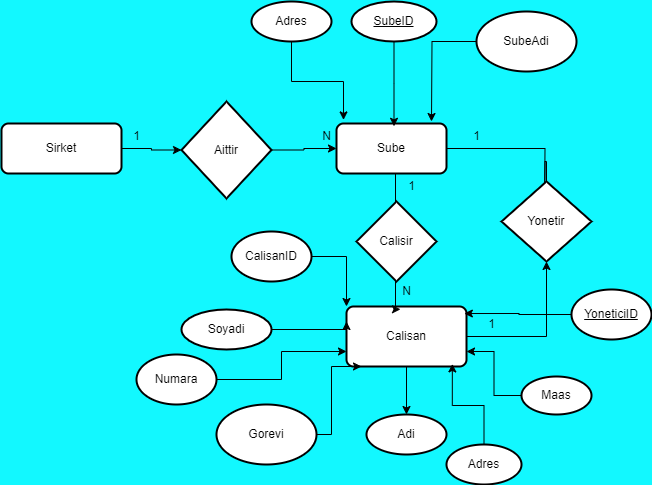
Above: Odev2.drawio.png in Baki187/Veri-Organizsayonu (draw.io), before the change. Source tidied: cells renumbered, new cells last; positions are measured from the earlier drawing's top-left corner, leaving out a move shared by most shapes.
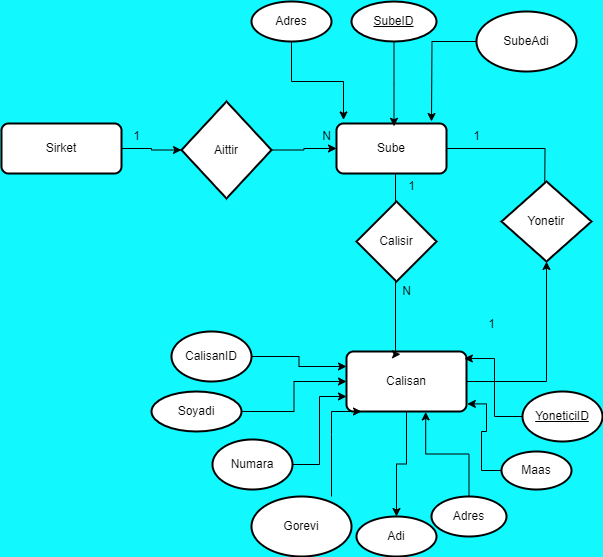
The same file after the commit.

Change to the diagram source:
```diff
@@ -28,7 +28,7 @@
       <mxGeometry relative="1" as="geometry" />
     </mxCell>
     <mxCell id="9" value="Calisan" style="rounded=1;whiteSpace=wrap;html=1;absoluteArcSize=1;arcSize=14;strokeWidth=2;" parent="1" vertex="1">
-      <mxGeometry x="345" y="305" width="120" height="60" as="geometry" />
+      <mxGeometry x="345" y="350" width="120" height="60" as="geometry" />
     </mxCell>
     <mxCell id="10" style="edgeStyle=orthogonalEdgeStyle;rounded=0;jettySize=auto;html=1;entryX=0.45;entryY=0.047;entryDx=0;entryDy=0;entryPerimeter=0;" parent="1" edge="1" source="4" target="9">
       <mxGeometry relative="1" as="geometry">
@@ -53,32 +53,25 @@
       <mxGeometry x="460" y="120" width="30" height="30" as="geometry" />
     </mxCell>
     <mxCell id="15" value="Adi" style="strokeWidth=2;html=1;shape=mxgraph.flowchart.start_1;whiteSpace=wrap;" parent="1" vertex="1">
-      <mxGeometry x="365" y="413" width="80" height="40" as="geometry" />
+      <mxGeometry x="355" y="515" width="80" height="40" as="geometry" />
     </mxCell>
-    <mxCell id="16" style="edgeStyle=orthogonalEdgeStyle;rounded=0;jettySize=auto;html=1;entryX=0;entryY=0.25;entryDx=0;entryDy=0;" parent="1" edge="1" source="17" target="9">
-      <mxGeometry relative="1" as="geometry">
-        <Array as="points">
-          <mxPoint x="345" y="328" />
-        </Array>
-      </mxGeometry>
+    <mxCell id="16" style="edgeStyle=orthogonalEdgeStyle;rounded=0;jettySize=auto;html=1;entryX=0;entryY=0.5;entryDx=0;entryDy=0;" parent="1" edge="1" source="17" target="9">
+      <mxGeometry relative="1" as="geometry" />
     </mxCell>
     <mxCell id="17" value="Soyadi" style="strokeWidth=2;html=1;shape=mxgraph.flowchart.start_1;whiteSpace=wrap;" parent="1" vertex="1">
-      <mxGeometry x="180" y="308" width="90" height="40" as="geometry" />
+      <mxGeometry x="150" y="390" width="90" height="40" as="geometry" />
     </mxCell>
-    <mxCell id="18" style="edgeStyle=orthogonalEdgeStyle;rounded=0;jettySize=auto;html=1;entryX=1;entryY=0.75;entryDx=0;entryDy=0;" parent="1" edge="1" source="19" target="9">
-      <mxGeometry relative="1" as="geometry" />
-    </mxCell>
     <mxCell id="19" value="Maas" style="strokeWidth=2;html=1;shape=mxgraph.flowchart.start_1;whiteSpace=wrap;" parent="1" vertex="1">
-      <mxGeometry x="520" y="375" width="70" height="38" as="geometry" />
+      <mxGeometry x="500" y="450" width="70" height="38" as="geometry" />
     </mxCell>
     <mxCell id="20" style="edgeStyle=orthogonalEdgeStyle;rounded=0;jettySize=auto;html=1;entryX=0;entryY=0.75;entryDx=0;entryDy=0;" parent="1" edge="1" source="21" target="9">
       <mxGeometry relative="1" as="geometry" />
     </mxCell>
     <mxCell id="21" value="Numara" style="strokeWidth=2;html=1;shape=mxgraph.flowchart.start_1;whiteSpace=wrap;" parent="1" vertex="1">
-      <mxGeometry x="135" y="353" width="80" height="50" as="geometry" />
+      <mxGeometry x="211" y="438" width="80" height="50" as="geometry" />
     </mxCell>
     <mxCell id="22" value="Adres" style="strokeWidth=2;html=1;shape=mxgraph.flowchart.start_1;whiteSpace=wrap;" parent="1" vertex="1">
-      <mxGeometry x="445" y="443" width="75" height="40" as="geometry" />
+      <mxGeometry x="430" y="495" width="75" height="40" as="geometry" />
     </mxCell>
     <mxCell id="23" style="edgeStyle=orthogonalEdgeStyle;rounded=0;jettySize=auto;html=1;entryX=0.125;entryY=1;entryDx=0;entryDy=0;entryPerimeter=0;" parent="1" edge="1" source="24" target="9">
       <mxGeometry relative="1" as="geometry">
@@ -89,11 +82,8 @@
       </mxGeometry>
     </mxCell>
     <mxCell id="24" value="Gorevi" style="strokeWidth=2;html=1;shape=mxgraph.flowchart.start_1;whiteSpace=wrap;" parent="1" vertex="1">
-      <mxGeometry x="215" y="403" width="100" height="60" as="geometry" />
+      <mxGeometry x="250" y="495" width="100" height="60" as="geometry" />
     </mxCell>
-    <mxCell id="25" style="edgeStyle=orthogonalEdgeStyle;rounded=0;jettySize=auto;html=1;entryX=0.882;entryY=0.957;entryDx=0;entryDy=0;entryPerimeter=0;" parent="1" edge="1" source="22" target="9">
-      <mxGeometry relative="1" as="geometry" />
-    </mxCell>
     <mxCell id="26" style="edgeStyle=orthogonalEdgeStyle;rounded=0;jettySize=auto;html=1;exitX=1;exitY=0.5;exitDx=0;exitDy=0;" parent="1" edge="1" source="3" target="27">
       <mxGeometry relative="1" as="geometry" />
     </mxCell>
@@ -119,11 +109,6 @@
     <mxCell id="32" value="SubeAdi" style="strokeWidth=2;html=1;shape=mxgraph.flowchart.start_1;whiteSpace=wrap;" parent="1" vertex="1">
       <mxGeometry x="475" y="10" width="100" height="60" as="geometry" />
     </mxCell>
-    <mxCell id="33" style="edgeStyle=orthogonalEdgeStyle;rounded=0;jettySize=auto;html=1;entryX=-0.067;entryY=0.813;entryDx=0;entryDy=0;entryPerimeter=0;" parent="1" edge="1" source="36">
-      <mxGeometry relative="1" as="geometry">
-        <mxPoint x="543" y="214.4" as="targetPoint" />
-      </mxGeometry>
-    </mxCell>
     <mxCell id="34" value="1" style="text;html=1;align=center;verticalAlign=middle;strokeColor=none;fillColor=none;" parent="1" vertex="1">
       <mxGeometry x="475" y="308" width="30" height="30" as="geometry" />
     </mxCell>
@@ -140,16 +125,22 @@
       <mxGeometry relative="1" as="geometry" />
     </mxCell>
     <mxCell id="39" value="&lt;u&gt;YoneticiID&lt;/u&gt;" style="strokeWidth=2;html=1;shape=mxgraph.flowchart.start_1;whiteSpace=wrap;" parent="1" vertex="1">
-      <mxGeometry x="570" y="288" width="80" height="50" as="geometry" />
+      <mxGeometry x="521" y="390" width="80" height="50" as="geometry" />
     </mxCell>
-    <mxCell id="40" style="edgeStyle=orthogonalEdgeStyle;rounded=0;jettySize=auto;html=1;entryX=0;entryY=0;entryDx=0;entryDy=0;" parent="1" edge="1" source="41" target="9">
+    <mxCell id="40" style="edgeStyle=orthogonalEdgeStyle;rounded=0;jettySize=auto;html=1;entryX=0;entryY=0.25;entryDx=0;entryDy=0;" parent="1" edge="1" source="41" target="9">
       <mxGeometry relative="1" as="geometry" />
     </mxCell>
     <mxCell id="41" value="CalisanID" style="strokeWidth=2;html=1;shape=mxgraph.flowchart.start_1;whiteSpace=wrap;" parent="1" vertex="1">
-      <mxGeometry x="230" y="230" width="80" height="50" as="geometry" />
+      <mxGeometry x="170" y="330" width="80" height="50" as="geometry" />
     </mxCell>
     <mxCell id="42" style="edgeStyle=orthogonalEdgeStyle;rounded=0;jettySize=auto;html=1;entryX=0.982;entryY=0.117;entryDx=0;entryDy=0;entryPerimeter=0;" parent="1" edge="1" source="39" target="9">
       <mxGeometry relative="1" as="geometry" />
     </mxCell>
+    <mxCell id="25" style="edgeStyle=orthogonalEdgeStyle;rounded=0;jettySize=auto;html=1;entryX=0.66;entryY=1.007;entryDx=0;entryDy=0;entryPerimeter=0;" parent="1" edge="1" source="22" target="9">
+      <mxGeometry relative="1" as="geometry" />
+    </mxCell>
+    <mxCell id="18" style="edgeStyle=orthogonalEdgeStyle;rounded=0;jettySize=auto;html=1;entryX=1.007;entryY=0.873;entryDx=0;entryDy=0;entryPerimeter=0;" parent="1" edge="1" source="19" target="9">
+      <mxGeometry relative="1" as="geometry" />
+    </mxCell>
   </root>
 </mxGraphModel>
```
